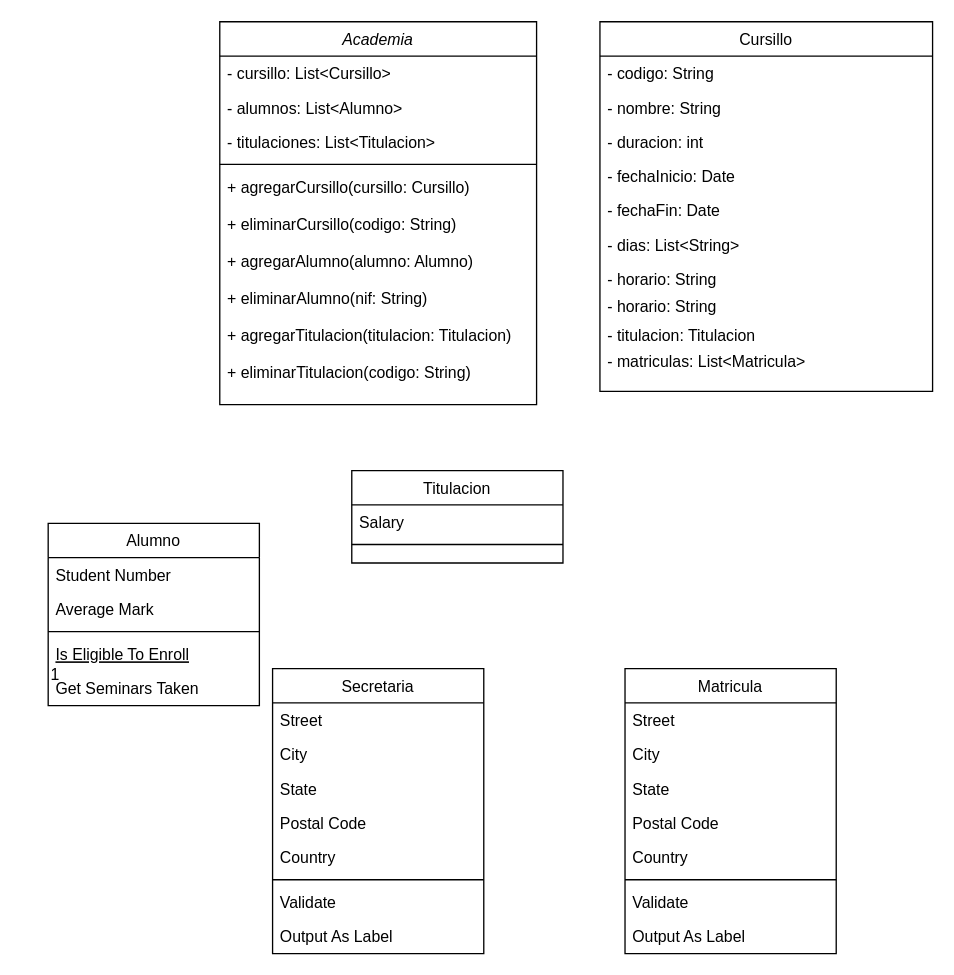
Earlier version of the draw.io diagram Untitled Diagram.drawio (vitoriadelanachaves/uml_class_diagram). Source tidied: cells renumbered, new cells numbered last; positions are measured from the earlier drawing's top-left corner, leaving out a move shared by most shapes. Both pictures are drawn from the tidied source at 132%, with x=0, y=0 at pixel (48, 21).
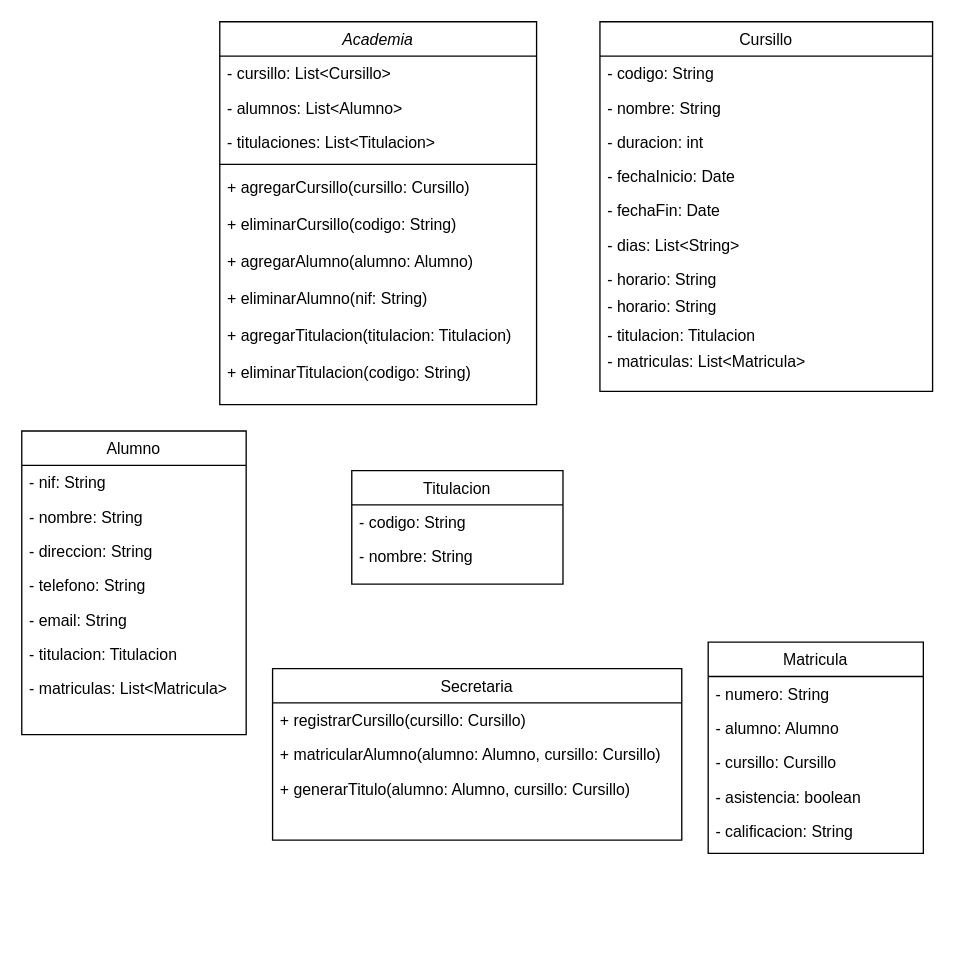
After the change.

Diff of the diagram source:
```diff
@@
     <mxCell id="13" value="Alumno" style="swimlane;fontStyle=0;align=center;verticalAlign=top;horizontal=1;startSize=26;rounded=0;shadow=0;strokeWidth=1;" parent="1" vertex="1">
-      <mxGeometry y="380" width="160" height="138" as="geometry" />
+      <mxGeometry x="-20" y="310" width="170" height="230" as="geometry" />
     </mxCell>
-    <mxCell id="14" value="Student Number" style="text;align=left;verticalAlign=top;spacingLeft=4;spacingRight=4;overflow=hidden;" parent="13" vertex="1">
-      <mxGeometry y="26" width="160" height="26" as="geometry" />
+    <mxCell id="14" value="- nif: String" style="text;align=left;verticalAlign=top;spacingLeft=4;spacingRight=4;overflow=hidden;" parent="13" vertex="1">
+      <mxGeometry y="26" width="170" height="26" as="geometry" />
     </mxCell>
-    <mxCell id="15" value="Average Mark" style="text;align=left;verticalAlign=top;spacingLeft=4;spacingRight=4;overflow=hidden;rounded=0;shadow=0;html=0;" parent="13" vertex="1">
-      <mxGeometry y="52" width="160" height="26" as="geometry" />
+    <mxCell id="15" value="- nombre: String" style="text;align=left;verticalAlign=top;spacingLeft=4;spacingRight=4;overflow=hidden;rounded=0;shadow=0;html=0;" parent="13" vertex="1">
+      <mxGeometry y="52" width="170" height="26" as="geometry" />
     </mxCell>
-    <mxCell id="16" style="line;html=1;strokeWidth=1;align=left;verticalAlign=middle;spacingTop=-1;spacingLeft=3;spacingRight=3;labelPosition=right;" parent="13" vertex="1">
-      <mxGeometry y="78" width="160" height="8" as="geometry" />
-    </mxCell>
-    <mxCell id="17" value="Is Eligible To Enroll" style="text;align=left;verticalAlign=top;spacingLeft=4;spacingRight=4;overflow=hidden;fontStyle=4;" parent="13" vertex="1">
-      <mxGeometry y="86" width="160" height="26" as="geometry" />
-    </mxCell>
-    <mxCell id="18" value="Get Seminars Taken" style="text;align=left;verticalAlign=top;spacingLeft=4;spacingRight=4;overflow=hidden;" parent="13" vertex="1">
-      <mxGeometry y="112" width="160" height="26" as="geometry" />
-    </mxCell>
+    <mxCell id="52" value="- direccion: String" style="text;align=left;verticalAlign=top;spacingLeft=4;spacingRight=4;overflow=hidden;rounded=0;shadow=0;html=0;" parent="13" vertex="1">
+      <mxGeometry y="78" width="170" height="26" as="geometry" />
+    </mxCell>
+    <mxCell id="53" value="- telefono: String" style="text;align=left;verticalAlign=top;spacingLeft=4;spacingRight=4;overflow=hidden;rounded=0;shadow=0;html=0;" parent="13" vertex="1">
+      <mxGeometry y="104" width="170" height="26" as="geometry" />
+    </mxCell>
+    <mxCell id="54" value="- email: String" style="text;align=left;verticalAlign=top;spacingLeft=4;spacingRight=4;overflow=hidden;rounded=0;shadow=0;html=0;" parent="13" vertex="1">
+      <mxGeometry y="130" width="170" height="26" as="geometry" />
+    </mxCell>
+    <mxCell id="55" value="- titulacion: Titulacion" style="text;align=left;verticalAlign=top;spacingLeft=4;spacingRight=4;overflow=hidden;rounded=0;shadow=0;html=0;" parent="13" vertex="1">
+      <mxGeometry y="156" width="170" height="26" as="geometry" />
+    </mxCell>
+    <mxCell id="56" value="- matriculas: List&lt;Matricula&gt;" style="text;align=left;verticalAlign=top;spacingLeft=4;spacingRight=4;overflow=hidden;rounded=0;shadow=0;html=0;" parent="13" vertex="1">
+      <mxGeometry y="182" width="170" height="26" as="geometry" />
+    </mxCell>
     <mxCell id="19" value="Titulacion" style="swimlane;fontStyle=0;align=center;verticalAlign=top;horizontal=1;startSize=26;rounded=0;shadow=0;strokeWidth=1;" parent="1" vertex="1">
-      <mxGeometry x="230" y="340" width="160" height="70" as="geometry" />
+      <mxGeometry x="230" y="340" width="160" height="86" as="geometry" />
     </mxCell>
-    <mxCell id="20" value="Salary" style="text;align=left;verticalAlign=top;spacingLeft=4;spacingRight=4;overflow=hidden;" parent="19" vertex="1">
+    <mxCell id="20" value="- codigo: String" style="text;align=left;verticalAlign=top;spacingLeft=4;spacingRight=4;overflow=hidden;" parent="19" vertex="1">
       <mxGeometry y="26" width="160" height="26" as="geometry" />
     </mxCell>
-    <mxCell id="21" style="line;html=1;strokeWidth=1;align=left;verticalAlign=middle;spacingTop=-1;spacingLeft=3;spacingRight=3;labelPosition=right;" parent="19" vertex="1">
-      <mxGeometry y="52" width="160" height="8" as="geometry" />
-    </mxCell>
+    <mxCell id="57" value="- nombre: String" style="text;align=left;verticalAlign=top;spacingLeft=4;spacingRight=4;overflow=hidden;" parent="19" vertex="1">
+      <mxGeometry y="52" width="160" height="26" as="geometry" />
+    </mxCell>
@@
     <mxCell id="33" value="Matricula" style="swimlane;fontStyle=0;align=center;verticalAlign=top;horizontal=1;startSize=26;rounded=0;shadow=0;strokeWidth=1;" parent="1" vertex="1">
-      <mxGeometry x="437" y="490" width="160" height="216" as="geometry" />
+      <mxGeometry x="500" y="470" width="163" height="160" as="geometry" />
     </mxCell>
-    <mxCell id="34" value="Street" style="text;align=left;verticalAlign=top;spacingLeft=4;spacingRight=4;overflow=hidden;" parent="33" vertex="1">
-      <mxGeometry y="26" width="160" height="26" as="geometry" />
+    <mxCell id="34" value="- numero: String" style="text;align=left;verticalAlign=top;spacingLeft=4;spacingRight=4;overflow=hidden;" parent="33" vertex="1">
+      <mxGeometry y="26" width="163" height="26" as="geometry" />
     </mxCell>
-    <mxCell id="35" value="City" style="text;align=left;verticalAlign=top;spacingLeft=4;spacingRight=4;overflow=hidden;rounded=0;shadow=0;html=0;" parent="33" vertex="1">
-      <mxGeometry y="52" width="160" height="26" as="geometry" />
+    <mxCell id="35" value="- alumno: Alumno" style="text;align=left;verticalAlign=top;spacingLeft=4;spacingRight=4;overflow=hidden;rounded=0;shadow=0;html=0;" parent="33" vertex="1">
+      <mxGeometry y="52" width="163" height="26" as="geometry" />
     </mxCell>
-    <mxCell id="36" value="State" style="text;align=left;verticalAlign=top;spacingLeft=4;spacingRight=4;overflow=hidden;rounded=0;shadow=0;html=0;" parent="33" vertex="1">
-      <mxGeometry y="78" width="160" height="26" as="geometry" />
+    <mxCell id="36" value="- cursillo: Cursillo" style="text;align=left;verticalAlign=top;spacingLeft=4;spacingRight=4;overflow=hidden;rounded=0;shadow=0;html=0;" parent="33" vertex="1">
+      <mxGeometry y="78" width="163" height="26" as="geometry" />
     </mxCell>
-    <mxCell id="37" value="Postal Code" style="text;align=left;verticalAlign=top;spacingLeft=4;spacingRight=4;overflow=hidden;rounded=0;shadow=0;html=0;" parent="33" vertex="1">
-      <mxGeometry y="104" width="160" height="26" as="geometry" />
+    <mxCell id="37" value="- asistencia: boolean" style="text;align=left;verticalAlign=top;spacingLeft=4;spacingRight=4;overflow=hidden;rounded=0;shadow=0;html=0;" parent="33" vertex="1">
+      <mxGeometry y="104" width="163" height="26" as="geometry" />
     </mxCell>
-    <mxCell id="38" value="Country" style="text;align=left;verticalAlign=top;spacingLeft=4;spacingRight=4;overflow=hidden;rounded=0;shadow=0;html=0;" parent="33" vertex="1">
-      <mxGeometry y="130" width="160" height="26" as="geometry" />
+    <mxCell id="38" value="- calificacion: String" style="text;align=left;verticalAlign=top;spacingLeft=4;spacingRight=4;overflow=hidden;rounded=0;shadow=0;html=0;" parent="33" vertex="1">
+      <mxGeometry y="130" width="163" height="26" as="geometry" />
     </mxCell>
-    <mxCell id="39" style="line;html=1;strokeWidth=1;align=left;verticalAlign=middle;spacingTop=-1;spacingLeft=3;spacingRight=3;labelPosition=right;" parent="33" vertex="1">
-      <mxGeometry y="156" width="160" height="8" as="geometry" />
-    </mxCell>
-    <mxCell id="40" value="Validate" style="text;align=left;verticalAlign=top;spacingLeft=4;spacingRight=4;overflow=hidden;" parent="33" vertex="1">
-      <mxGeometry y="164" width="160" height="26" as="geometry" />
-    </mxCell>
-    <mxCell id="41" value="Output As Label" style="text;align=left;verticalAlign=top;spacingLeft=4;spacingRight=4;overflow=hidden;" parent="33" vertex="1">
-      <mxGeometry y="190" width="160" height="26" as="geometry" />
-    </mxCell>
     <mxCell id="42" value="Secretaria" style="swimlane;fontStyle=0;align=center;verticalAlign=top;horizontal=1;startSize=26;rounded=0;shadow=0;strokeWidth=1;" parent="1" vertex="1">
-      <mxGeometry x="170" y="490" width="160" height="216" as="geometry" />
+      <mxGeometry x="170" y="490" width="310" height="130" as="geometry" />
     </mxCell>
-    <mxCell id="43" value="Street" style="text;align=left;verticalAlign=top;spacingLeft=4;spacingRight=4;overflow=hidden;" parent="42" vertex="1">
-      <mxGeometry y="26" width="160" height="26" as="geometry" />
+    <mxCell id="43" value="+ registrarCursillo(cursillo: Cursillo)" style="text;align=left;verticalAlign=top;spacingLeft=4;spacingRight=4;overflow=hidden;" parent="42" vertex="1">
+      <mxGeometry y="26" width="310" height="26" as="geometry" />
     </mxCell>
-    <mxCell id="44" value="City" style="text;align=left;verticalAlign=top;spacingLeft=4;spacingRight=4;overflow=hidden;rounded=0;shadow=0;html=0;" parent="42" vertex="1">
-      <mxGeometry y="52" width="160" height="26" as="geometry" />
+    <mxCell id="44" value="+ matricularAlumno(alumno: Alumno, cursillo: Cursillo)" style="text;align=left;verticalAlign=top;spacingLeft=4;spacingRight=4;overflow=hidden;rounded=0;shadow=0;html=0;" parent="42" vertex="1">
+      <mxGeometry y="52" width="310" height="26" as="geometry" />
     </mxCell>
-    <mxCell id="45" value="State" style="text;align=left;verticalAlign=top;spacingLeft=4;spacingRight=4;overflow=hidden;rounded=0;shadow=0;html=0;" parent="42" vertex="1">
-      <mxGeometry y="78" width="160" height="26" as="geometry" />
+    <mxCell id="45" value="+ generarTitulo(alumno: Alumno, cursillo: Cursillo)" style="text;align=left;verticalAlign=top;spacingLeft=4;spacingRight=4;overflow=hidden;rounded=0;shadow=0;html=0;" parent="42" vertex="1">
+      <mxGeometry y="78" width="310" height="26" as="geometry" />
     </mxCell>
-    <mxCell id="46" value="Postal Code" style="text;align=left;verticalAlign=top;spacingLeft=4;spacingRight=4;overflow=hidden;rounded=0;shadow=0;html=0;" parent="42" vertex="1">
-      <mxGeometry y="104" width="160" height="26" as="geometry" />
-    </mxCell>
-    <mxCell id="47" value="Country" style="text;align=left;verticalAlign=top;spacingLeft=4;spacingRight=4;overflow=hidden;rounded=0;shadow=0;html=0;" parent="42" vertex="1">
-      <mxGeometry y="130" width="160" height="26" as="geometry" />
-    </mxCell>
-    <mxCell id="48" style="line;html=1;strokeWidth=1;align=left;verticalAlign=middle;spacingTop=-1;spacingLeft=3;spacingRight=3;labelPosition=right;" parent="42" vertex="1">
-      <mxGeometry y="156" width="160" height="8" as="geometry" />
-    </mxCell>
-    <mxCell id="49" value="Validate" style="text;align=left;verticalAlign=top;spacingLeft=4;spacingRight=4;overflow=hidden;" parent="42" vertex="1">
-      <mxGeometry y="164" width="160" height="26" as="geometry" />
-    </mxCell>
-    <mxCell id="50" value="Output As Label" style="text;align=left;verticalAlign=top;spacingLeft=4;spacingRight=4;overflow=hidden;" parent="42" vertex="1">
-      <mxGeometry y="190" width="160" height="26" as="geometry" />
-    </mxCell>
-    <mxCell id="51" value="1" style="align=right;verticalAlign=bottom;labelBackgroundColor=none;fontSize=12;" parent="1" vertex="1">
-      <mxGeometry x="10" y="503" as="geometry" />
-    </mxCell>
```
